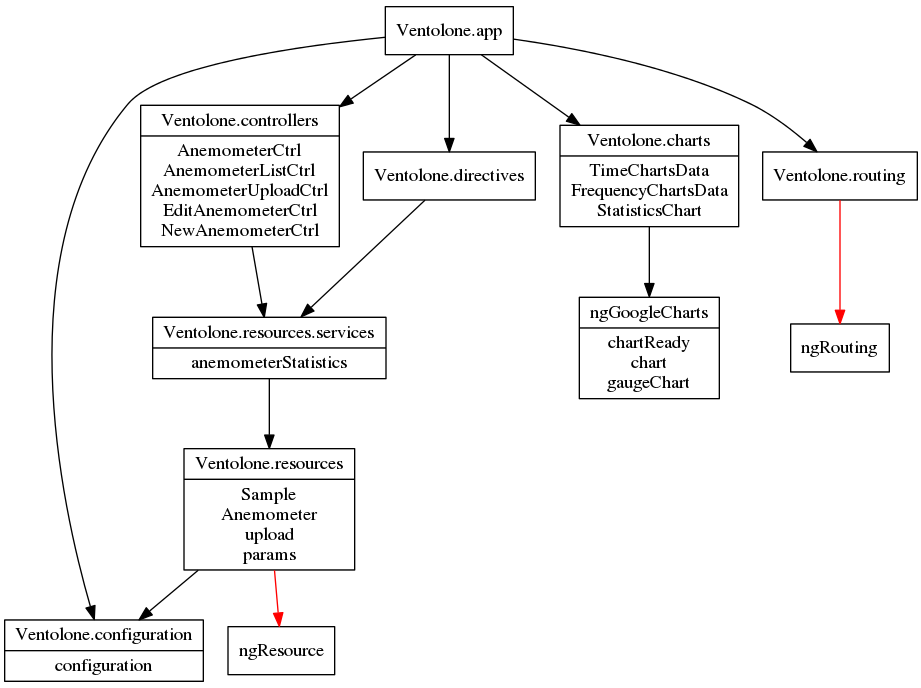
Above: dependencies-graph.png in VentolONE/ventolone-app (Graphviz), before the change. Its source is kept beside it as dependencies-graph.dot. Its diagram source:
```dot
digraph dependencies{
  node[shape="record"]

  "Ventolone.configuration"[label="{Ventolone.configuration|configuration}"];
  "Ventolone.resources"[label="{Ventolone.resources|Sample\nAnemometer\nupload\nparams}"]
  "Ventolone.resources.services"[label="{Ventolone.resources.services|anemometerStatistics}"]
  "Ventolone.controllers"[label="{Ventolone.controllers|AnemometerCtrl\nAnemometerListCtrl\nAnemometerUploadCtrl\nEditAnemometerCtrl\nNewAnemometerCtrl}"]
  "ngGoogleCharts"[label="{ngGoogleCharts|chartReady\nchart\ngaugeChart}"]
  "Ventolone.charts"[label="{Ventolone.charts|TimeChartsData\nFrequencyChartsData\nStatisticsChart}"]

  "Ventolone.resources" -> "Ventolone.configuration"
  "Ventolone.resources.services" -> "Ventolone.resources";
  "Ventolone.app" -> "Ventolone.configuration"
  "Ventolone.app" -> "Ventolone.controllers"
  "Ventolone.app" -> "Ventolone.directives"
  "Ventolone.controllers" -> "Ventolone.resources.services"
  "Ventolone.directives" -> "Ventolone.resources.services"
  "Ventolone.charts" -> "ngGoogleCharts"
  "Ventolone.app" -> "Ventolone.charts"
  "Ventolone.app" -> "Ventolone.routing"
  "Ventolone.resources" -> "ngResource"[color="red"]
  "Ventolone.routing" -> "ngRouting"[color="red"]
}
```
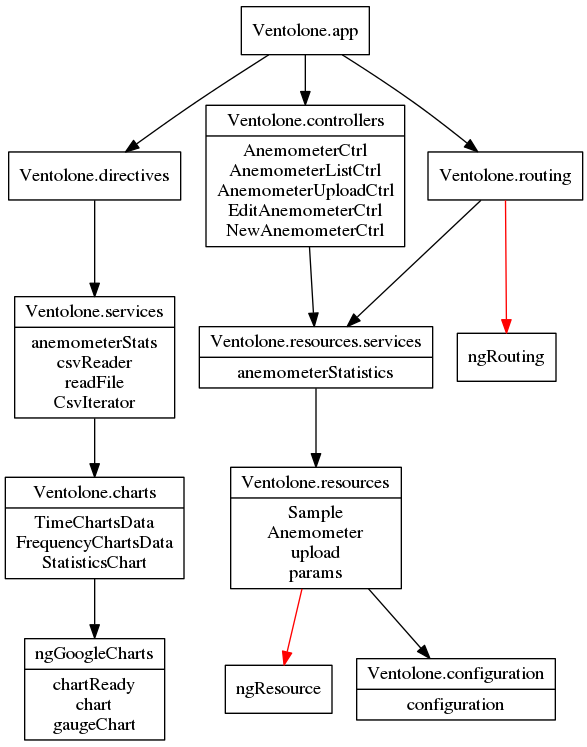
After the change.

What changed in the source:
```diff
@@ -7,17 +7,19 @@
   "Ventolone.controllers"[label="{Ventolone.controllers|AnemometerCtrl\nAnemometerListCtrl\nAnemometerUploadCtrl\nEditAnemometerCtrl\nNewAnemometerCtrl}"]
   "ngGoogleCharts"[label="{ngGoogleCharts|chartReady\nchart\ngaugeChart}"]
   "Ventolone.charts"[label="{Ventolone.charts|TimeChartsData\nFrequencyChartsData\nStatisticsChart}"]
+  "Ventolone.services"[label="{Ventolone.services|anemometerStats\ncsvReader\nreadFile\nCsvIterator}"]
 
+  "Ventolone.app" -> "Ventolone.controllers"
+  "Ventolone.app" -> "Ventolone.directives"
+  "Ventolone.app" -> "Ventolone.routing"
+
+  "Ventolone.directives" -> "Ventolone.services"
+  "Ventolone.services" -> "Ventolone.charts"
   "Ventolone.resources" -> "Ventolone.configuration"
   "Ventolone.resources.services" -> "Ventolone.resources";
-  "Ventolone.app" -> "Ventolone.configuration"
-  "Ventolone.app" -> "Ventolone.controllers"
-  "Ventolone.app" -> "Ventolone.directives"
   "Ventolone.controllers" -> "Ventolone.resources.services"
-  "Ventolone.directives" -> "Ventolone.resources.services"
   "Ventolone.charts" -> "ngGoogleCharts"
-  "Ventolone.app" -> "Ventolone.charts"
-  "Ventolone.app" -> "Ventolone.routing"
+  "Ventolone.routing" -> "Ventolone.resources.services"
   "Ventolone.resources" -> "ngResource"[color="red"]
   "Ventolone.routing" -> "ngRouting"[color="red"]
 }
```
